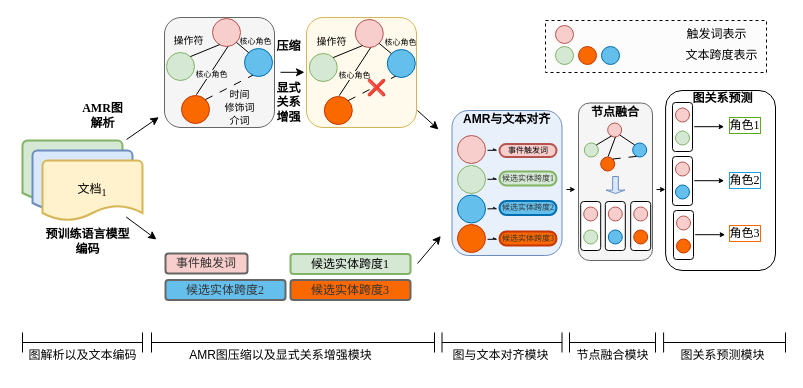
Before: work2/AMR-ERGP-model-中文版.drawio in crawlerWPS/drawing, a draw.io diagram. Source tidied: cells renumbered, new cells numbered last; positions are measured from the earlier drawing's top-left corner, leaving out a move shared by most shapes. Both pictures are drawn from the tidied source at 100%, with x=0, y=0 at pixel (17, 17).
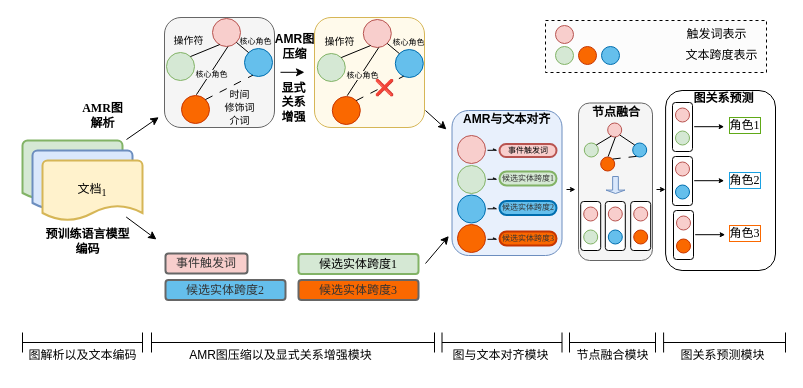
Above is the later version.

Commit message:
更新AMR-ERGP-model-中文版.drawio

What changed in the source:
```diff
@@
     <mxCell id="8" value="&lt;font face=&quot;宋体-简&quot;&gt;候选实体跨度&lt;/font&gt;&lt;font face=&quot;Times New Roman&quot;&gt;1&lt;/font&gt;" style="rounded=1;whiteSpace=wrap;html=1;strokeWidth=2;fillColor=#d5e8d4;strokeColor=#82b366;" parent="1" vertex="1">
-      <mxGeometry x="273" y="236.5" width="120" height="20" as="geometry" />
+      <mxGeometry x="281" y="236.5" width="120" height="20" as="geometry" />
     </mxCell>
     <mxCell id="9" value="&lt;font face=&quot;宋体-简&quot;&gt;候选实体跨度&lt;/font&gt;&lt;font face=&quot;Times New Roman&quot;&gt;3&lt;/font&gt;" style="rounded=1;whiteSpace=wrap;html=1;strokeWidth=2;fillColor=#FA6800;fontColor=#333333;strokeColor=#666666;" parent="1" vertex="1">
-      <mxGeometry x="273" y="262.5" width="120" height="20" as="geometry" />
+      <mxGeometry x="281" y="262.5" width="120" height="20" as="geometry" />
     </mxCell>
@@
     <mxCell id="27" style="endArrow=classic;html=1;rounded=0;" parent="1" edge="1">
       <mxGeometry relative="1" as="geometry">
-        <mxPoint x="400" y="93" as="sourcePoint" />
-        <mxPoint x="421" y="112" as="targetPoint" />
+        <mxPoint x="408" y="93" as="sourcePoint" />
+        <mxPoint x="429" y="112" as="targetPoint" />
       </mxGeometry>
     </mxCell>
@@
     <mxCell id="45" style="rounded=1;whiteSpace=wrap;html=1;fillColor=#fffaeb;strokeColor=#d6b656;" parent="1" vertex="1">
-      <mxGeometry x="289" width="110" height="110" as="geometry" />
+      <mxGeometry x="297" width="110" height="110" as="geometry" />
     </mxCell>
     <mxCell id="46" style="ellipse;whiteSpace=wrap;html=1;fillColor=#f8cecc;strokeColor=#b85450;" parent="1" vertex="1">
-      <mxGeometry x="337.8" y="2" width="28" height="28" as="geometry" />
+      <mxGeometry x="345.8" y="2" width="28" height="28" as="geometry" />
     </mxCell>
     <mxCell id="47" style="ellipse;whiteSpace=wrap;html=1;fillColor=#65BFEC;fontColor=#ffffff;strokeColor=#006EAF;" parent="1" vertex="1">
-      <mxGeometry x="369.8" y="32" width="28" height="28" as="geometry" />
+      <mxGeometry x="377.8" y="32" width="28" height="28" as="geometry" />
     </mxCell>
     <mxCell id="48" style="ellipse;whiteSpace=wrap;html=1;fillColor=#d5e8d4;strokeColor=#82b366;" parent="1" vertex="1">
-      <mxGeometry x="291.8" y="36" width="28" height="28" as="geometry" />
+      <mxGeometry x="299.8" y="36" width="28" height="28" as="geometry" />
     </mxCell>
@@
     <mxCell id="53" style="ellipse;whiteSpace=wrap;html=1;fillColor=#fa6800;fontColor=#000000;strokeColor=#C73500;" parent="1" vertex="1">
-      <mxGeometry x="306.8" y="79" width="28" height="28" as="geometry" />
+      <mxGeometry x="314.8" y="79" width="28" height="28" as="geometry" />
     </mxCell>
@@
     <mxCell id="58" style="endArrow=classic;html=1;rounded=0;" parent="1" edge="1">
       <mxGeometry relative="1" as="geometry">
-        <mxPoint x="400" y="246" as="sourcePoint" />
-        <mxPoint x="423.3" y="218.5" as="targetPoint" />
+        <mxPoint x="408" y="246" as="sourcePoint" />
+        <mxPoint x="431.3" y="218.5" as="targetPoint" />
       </mxGeometry>
     </mxCell>
@@
     <mxCell id="67" value="&lt;font&gt;&lt;b&gt;显式&lt;br&gt;关系&lt;br&gt;增强&lt;/b&gt;&lt;/font&gt;" style="text;html=1;align=center;verticalAlign=middle;strokeColor=none;fillColor=none;fontFamily=宋体-简;" parent="1" vertex="1">
-      <mxGeometry x="245.8" y="55" width="50" height="60" as="geometry" />
+      <mxGeometry x="250.8" y="55" width="50" height="60" as="geometry" />
     </mxCell>
@@
     <mxCell id="81" value="&lt;span style=&quot;color: rgb(0, 0, 0); font-size: 12px; font-style: normal; font-variant-ligatures: normal; font-variant-caps: normal; letter-spacing: normal; orphans: 2; text-align: center; text-indent: 0px; text-transform: none; widows: 2; word-spacing: 0px; -webkit-text-stroke-width: 0px; text-decoration-thickness: initial; text-decoration-style: initial; text-decoration-color: initial; float: none; display: inline !important;&quot;&gt;&lt;font style=&quot;&quot; face=&quot;宋体-简&quot;&gt;&lt;b&gt;节点融合&lt;/b&gt;&lt;/font&gt;&lt;/span&gt;" style="text;whiteSpace=wrap;html=1;labelBackgroundColor=none;fillColor=none;gradientColor=none;" parent="1" vertex="1">
-      <mxGeometry x="572" y="81.2" width="52" height="23.5" as="geometry" />
+      <mxGeometry x="573" y="81.2" width="52" height="23.5" as="geometry" />
     </mxCell>
@@
     <mxCell id="105" value="&lt;font face=&quot;宋体-简&quot;&gt;&lt;b&gt;图关系预测&lt;/b&gt;&lt;/font&gt;" style="text;html=1;align=center;verticalAlign=middle;strokeColor=none;fillColor=none;" parent="1" vertex="1">
-      <mxGeometry x="665" y="66" width="80" height="30" as="geometry" />
+      <mxGeometry x="666" y="66" width="80" height="30" as="geometry" />
     </mxCell>
-    <mxCell id="106" value="&lt;font face=&quot;宋体-简&quot;&gt;&lt;b&gt;压缩&lt;/b&gt;&lt;/font&gt;" style="text;html=1;align=center;verticalAlign=middle;strokeColor=none;fillColor=none;" parent="1" vertex="1">
-      <mxGeometry x="245.8" y="14" width="50" height="30" as="geometry" />
+    <mxCell id="106" value="&lt;font face=&quot;宋体-简&quot;&gt;&lt;b&gt;AMR图&lt;br&gt;压缩&lt;/b&gt;&lt;/font&gt;" style="text;html=1;align=center;verticalAlign=middle;strokeColor=none;fillColor=none;" parent="1" vertex="1">
+      <mxGeometry x="246.8" y="9" width="60" height="40" as="geometry" />
     </mxCell>
```
